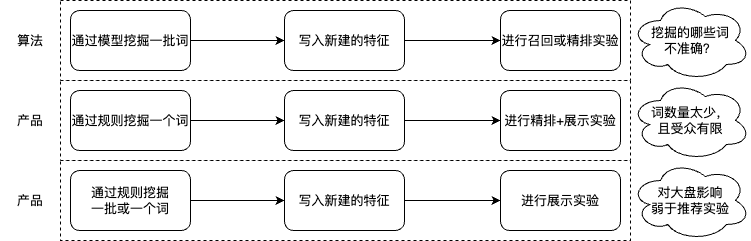
Earlier version of the draw.io export work-draw-file/标签词库背景.png (liujunao/draw-data). Source tidied: cells renumbered, new cells last; positions are measured from the earlier drawing's top-left corner, leaving out a move shared by most shapes.
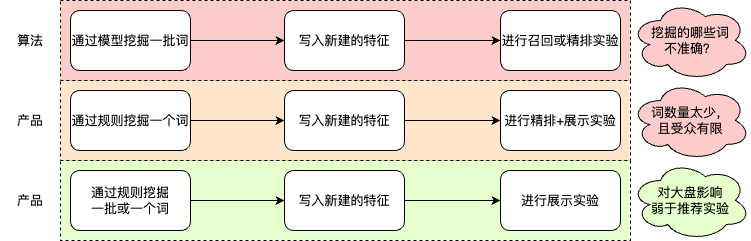
Later version of the same file.

Commit message:
更新标签词库背景.png

The edit, as a diff of the source:
```diff
@@ -2,7 +2,7 @@
   <root>
     <mxCell id="0" />
     <mxCell id="1" parent="0" />
-    <mxCell id="2" style="rounded=0;whiteSpace=wrap;html=1;dashed=1;" parent="1" vertex="1">
+    <mxCell id="2" style="rounded=0;whiteSpace=wrap;html=1;dashed=1;fillColor=#FFCCCC;" parent="1" vertex="1">
       <mxGeometry x="60" width="570" height="80" as="geometry" />
     </mxCell>
     <mxCell id="3" style="edgeStyle=orthogonalEdgeStyle;rounded=0;jettySize=auto;html=1;exitX=1;exitY=0.5;exitDx=0;exitDy=0;" parent="1" edge="1" source="4" target="6">
@@ -20,10 +20,10 @@
     <mxCell id="7" value="进行召回或精排实验" style="rounded=1;whiteSpace=wrap;html=1;" parent="1" vertex="1">
       <mxGeometry x="500" y="10" width="120" height="60" as="geometry" />
     </mxCell>
-    <mxCell id="8" value="挖掘的哪些词&lt;br&gt;不准确？" style="ellipse;shape=cloud;whiteSpace=wrap;html=1;" parent="1" vertex="1">
+    <mxCell id="8" value="挖掘的哪些词&lt;br&gt;不准确？" style="ellipse;shape=cloud;whiteSpace=wrap;html=1;fillColor=#FFCCCC;" parent="1" vertex="1">
       <mxGeometry x="630" width="120" height="80" as="geometry" />
     </mxCell>
-    <mxCell id="9" style="rounded=0;whiteSpace=wrap;html=1;dashed=1;" parent="1" vertex="1">
+    <mxCell id="9" style="rounded=0;whiteSpace=wrap;html=1;dashed=1;fillColor=#FFE6CC;" parent="1" vertex="1">
       <mxGeometry x="60" y="80" width="570" height="80" as="geometry" />
     </mxCell>
     <mxCell id="10" style="edgeStyle=orthogonalEdgeStyle;rounded=0;jettySize=auto;html=1;exitX=1;exitY=0.5;exitDx=0;exitDy=0;" parent="1" edge="1" source="11" target="13">
@@ -41,10 +41,10 @@
     <mxCell id="14" value="进行精排+展示实验" style="rounded=1;whiteSpace=wrap;html=1;" parent="1" vertex="1">
       <mxGeometry x="500" y="90" width="120" height="60" as="geometry" />
     </mxCell>
-    <mxCell id="15" value="词数量太少，&lt;br&gt;且受众有限" style="ellipse;shape=cloud;whiteSpace=wrap;html=1;" parent="1" vertex="1">
+    <mxCell id="15" value="词数量太少，&lt;br&gt;且受众有限" style="ellipse;shape=cloud;whiteSpace=wrap;html=1;fillColor=#FFCCCC;" parent="1" vertex="1">
       <mxGeometry x="630" y="80" width="120" height="80" as="geometry" />
     </mxCell>
-    <mxCell id="16" style="rounded=0;whiteSpace=wrap;html=1;dashed=1;" parent="1" vertex="1">
+    <mxCell id="16" style="rounded=0;whiteSpace=wrap;html=1;dashed=1;fillColor=#E6FFCC;" parent="1" vertex="1">
       <mxGeometry x="60" y="160" width="570" height="80" as="geometry" />
     </mxCell>
     <mxCell id="17" style="edgeStyle=orthogonalEdgeStyle;rounded=0;jettySize=auto;html=1;exitX=1;exitY=0.5;exitDx=0;exitDy=0;" parent="1" edge="1" source="18" target="20">
@@ -62,7 +62,7 @@
     <mxCell id="21" value="进行展示实验" style="rounded=1;whiteSpace=wrap;html=1;" parent="1" vertex="1">
       <mxGeometry x="500" y="170" width="120" height="60" as="geometry" />
     </mxCell>
-    <mxCell id="22" value="对大盘影响&lt;br&gt;弱于推荐实验" style="ellipse;shape=cloud;whiteSpace=wrap;html=1;" parent="1" vertex="1">
+    <mxCell id="22" value="对大盘影响&lt;br&gt;弱于推荐实验" style="ellipse;shape=cloud;whiteSpace=wrap;html=1;fillColor=#E6FFCC;" parent="1" vertex="1">
       <mxGeometry x="630" y="160" width="120" height="80" as="geometry" />
     </mxCell>
     <mxCell id="23" value="算法" style="text;html=1;strokeColor=none;fillColor=none;align=center;verticalAlign=middle;whiteSpace=wrap;rounded=0;" parent="1" vertex="1">
```
